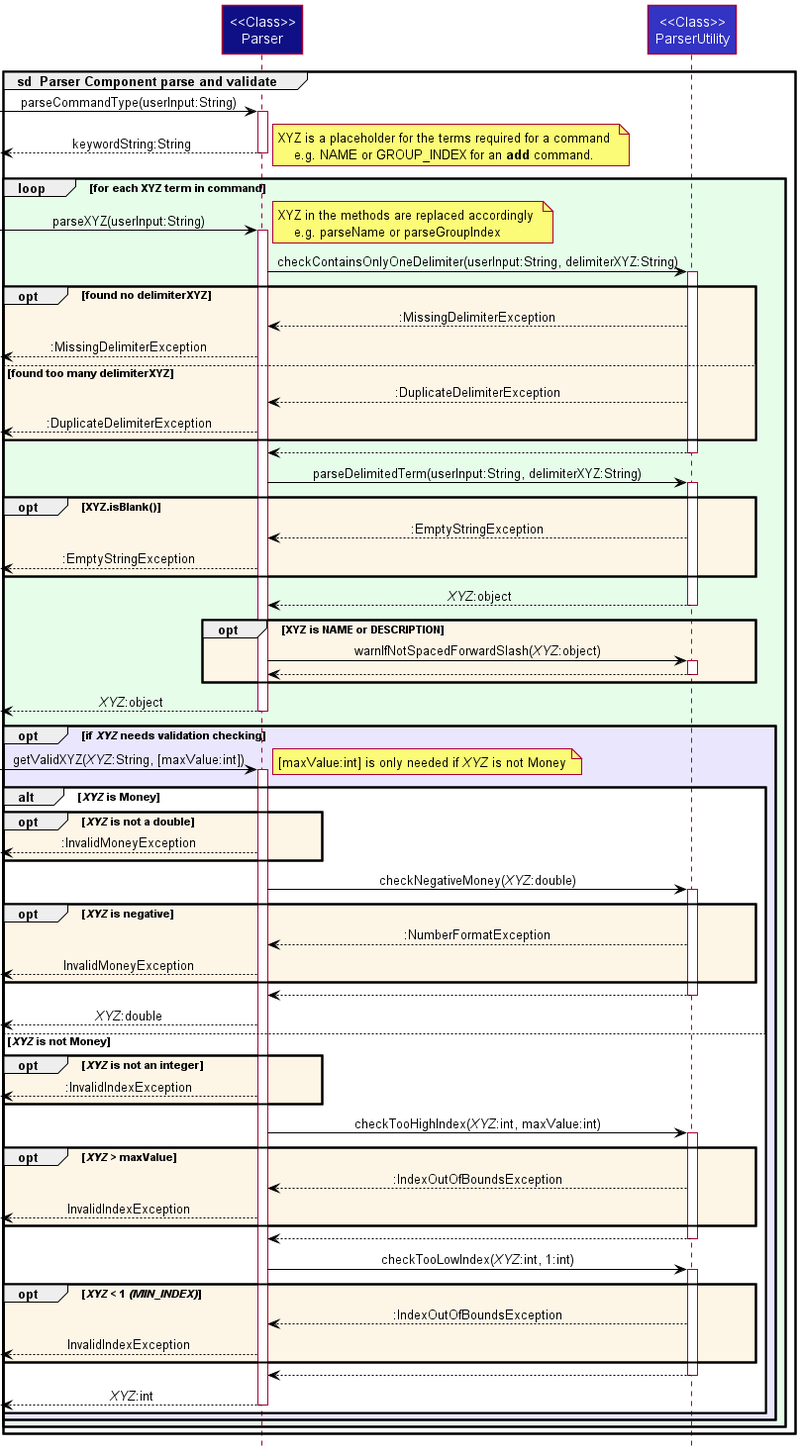
nus-cs2113-AY2122S2/tp keeps this PlantUML diagram as docs/images/ParserSequenceDiagram0.png. Above is the earlier version. Source of this version:
```plantuml
@startuml
!include style.puml
skinparam arrowColor #BLACK
skinparam noteTextAlignment left

group **sd**  Parser Component parse and validate
Participant "<<Class>>\nParser" as Parser LOGIC_COLOR
Participant "<<Class>>\nParserUtility" as UParser LOGIC_COLOR_T1

[-> Parser : parseCommandType(userInput:String)
activate Parser
Parser -->[ : keywordString:String
deactivate Parser

loop LOOP_COLOR for each XYZ term in command
    note right : XYZ is a placeholder for the terms required for a command \n    e.g. NAME or GROUP_INDEX for an **add** command.

    [-> Parser : parseXYZ(userInput:String)
    activate Parser

    note right : XYZ in the methods are replaced accordingly \n    e.g. parseName or parseGroupIndex

    Parser -> UParser : checkContainsOnlyOneDelimiter(userInput:String, delimiterXYZ:String)
    activate UParser
    opt OPT_COLOR found no delimiterXYZ
        UParser --> Parser : :MissingDelimiterException
        Parser -->[ : :MissingDelimiterException
    else found too many delimiterXYZ
        UParser --> Parser : :DuplicateDelimiterException
        Parser -->[ : :DuplicateDelimiterException
    end opt
    UParser --> Parser
    deactivate UParser

    Parser -> UParser : parseDelimitedTerm(userInput:String, delimiterXYZ:String)
    activate UParser
    opt OPT_COLOR XYZ.isBlank()
        UParser --> Parser : :EmptyStringException
        Parser -->[ : :EmptyStringException
    end opt
    UParser --> Parser : //XYZ//:object
    deactivate UParser

    opt OPT_COLOR XYZ is NAME or DESCRIPTION
    Parser -> UParser : warnIfNotSpacedForwardSlash(//XYZ//:object)
    activate UParser
    UParser --> Parser
    deactivate UParser
    end OPT

    Parser -->[ : //XYZ//:object
    deactivate Parser

    opt OPT_COLOR_T1 if //XYZ// needs validation checking
        [-> Parser : getValidXYZ(//XYZ//:String, [maxValue:int])
        note right : [maxValue:int] is only needed if //XYZ// is not Money
        activate Parser

        alt //XYZ// is Money

            opt OPT_COLOR //XYZ// is not a double
                Parser -->[ : :InvalidMoneyException
            end opt

            Parser -> UParser : checkNegativeMoney(//XYZ//:double)
            activate UParser
            opt OPT_COLOR //XYZ// is negative
                UParser --> Parser : :NumberFormatException
                Parser -->[ :InvalidMoneyException
            end opt
            UParser --> Parser
            deactivate UParser

            Parser -->[ : //XYZ//:double

        else //XYZ// is not Money

            opt OPT_COLOR //XYZ// is not an integer
                Parser -->[ : :InvalidIndexException
            end opt

            Parser -> UParser : checkTooHighIndex(//XYZ//:int, maxValue:int)
            activate UParser
            opt OPT_COLOR //XYZ// > maxValue
                UParser --> Parser : :IndexOutOfBoundsException
                Parser -->[ :InvalidIndexException
            end opt
            UParser --> Parser
            deactivate UParser

            Parser -> UParser : checkTooLowIndex(//XYZ//:int, 1:int)
            activate UParser
            opt OPT_COLOR //XYZ// < 1 //(MIN_INDEX)//
                UParser --> Parser : :IndexOutOfBoundsException
                Parser -->[ :InvalidIndexException
            end opt
            UParser --> Parser
            deactivate UParser

            Parser -->[ : //XYZ//:int
            deactivate Parser
        end opt
    end opt
end loop
end
@enduml
```
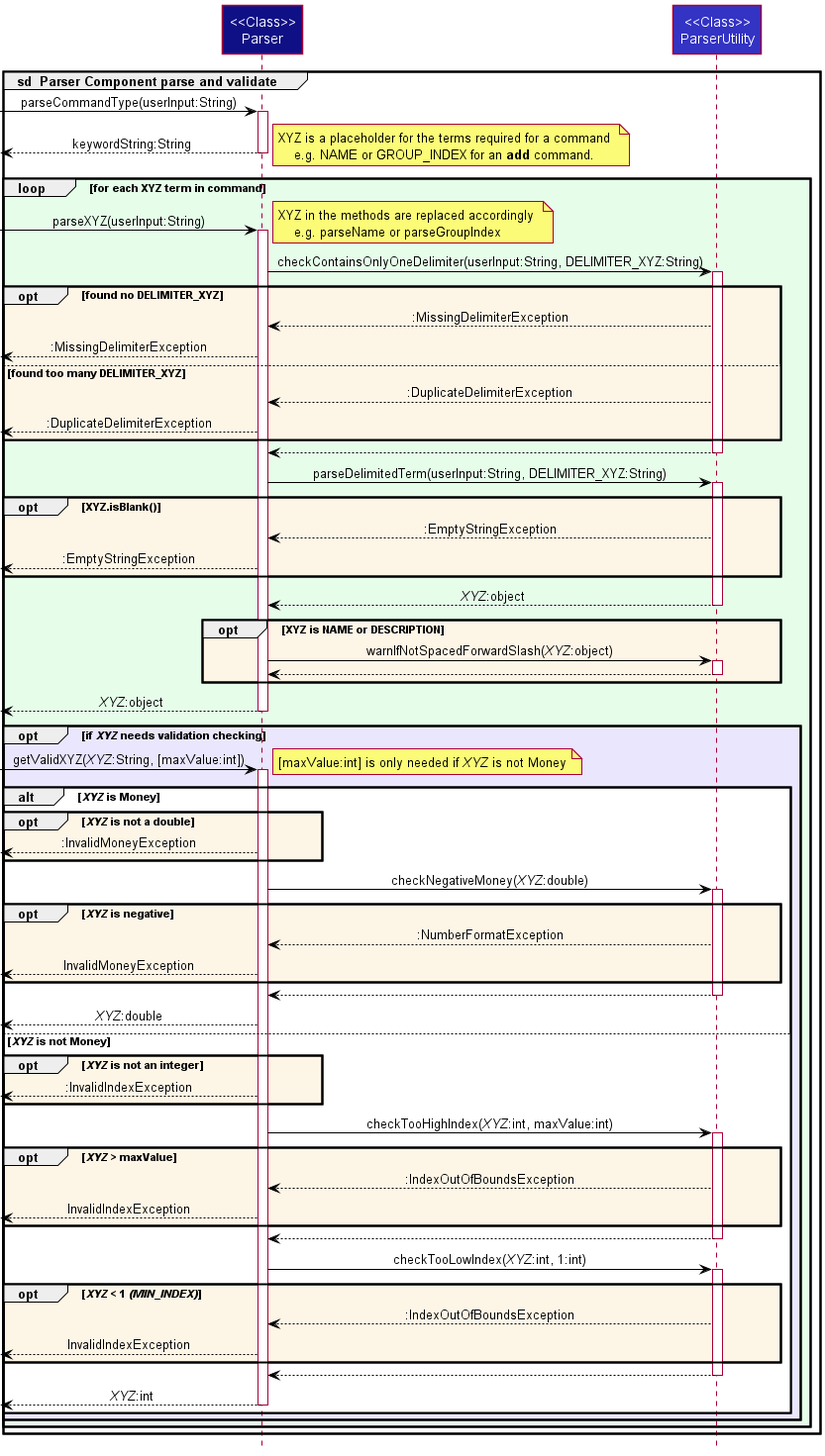
The same file after the commit.

Commit message:
Update DG phrasing and diagrams

The edit, as a diff of the source:
```diff
@@ -20,19 +20,19 @@
 
     note right : XYZ in the methods are replaced accordingly \n    e.g. parseName or parseGroupIndex
 
-    Parser -> UParser : checkContainsOnlyOneDelimiter(userInput:String, delimiterXYZ:String)
+    Parser -> UParser : checkContainsOnlyOneDelimiter(userInput:String, DELIMITER_XYZ:String)
     activate UParser
-    opt OPT_COLOR found no delimiterXYZ
+    opt OPT_COLOR found no DELIMITER_XYZ
         UParser --> Parser : :MissingDelimiterException
         Parser -->[ : :MissingDelimiterException
-    else found too many delimiterXYZ
+    else found too many DELIMITER_XYZ
         UParser --> Parser : :DuplicateDelimiterException
         Parser -->[ : :DuplicateDelimiterException
     end opt
     UParser --> Parser
     deactivate UParser
 
-    Parser -> UParser : parseDelimitedTerm(userInput:String, delimiterXYZ:String)
+    Parser -> UParser : parseDelimitedTerm(userInput:String, DELIMITER_XYZ:String)
     activate UParser
     opt OPT_COLOR XYZ.isBlank()
         UParser --> Parser : :EmptyStringException
```
